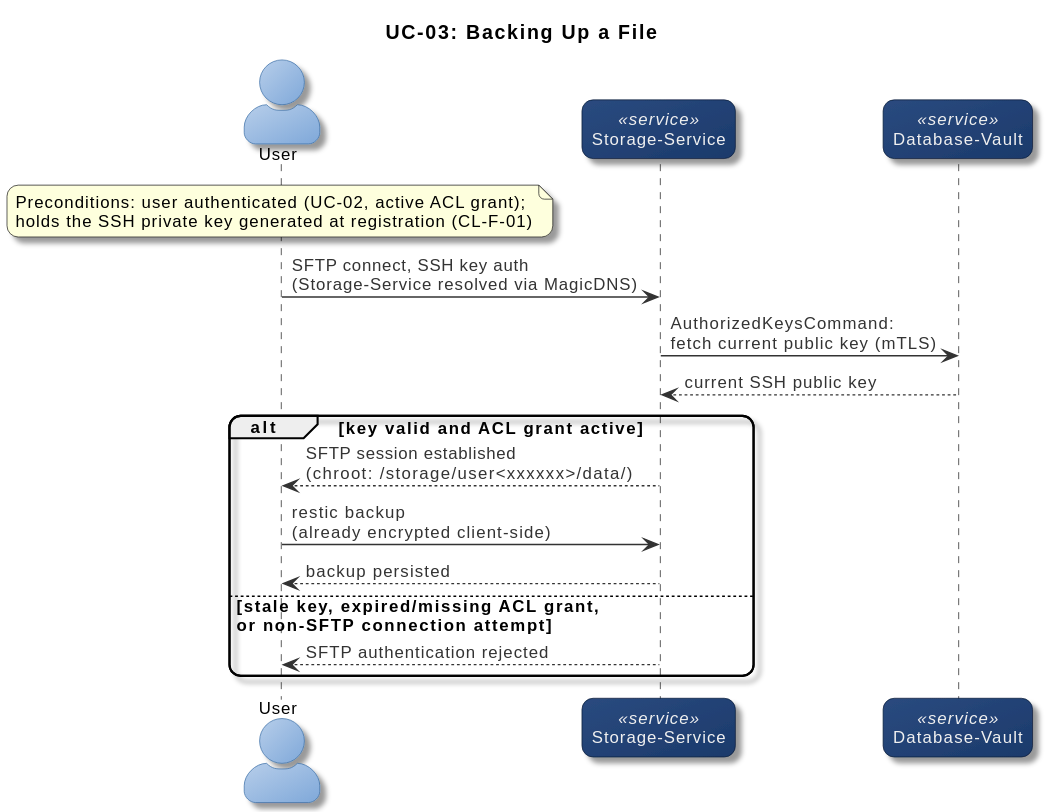
Before: docs/design/diagrams/rendered/use-cases/05-sequence-uc03-backup.svg, a diagram exported from PlantUML (Verryx-02/RAM-USB).
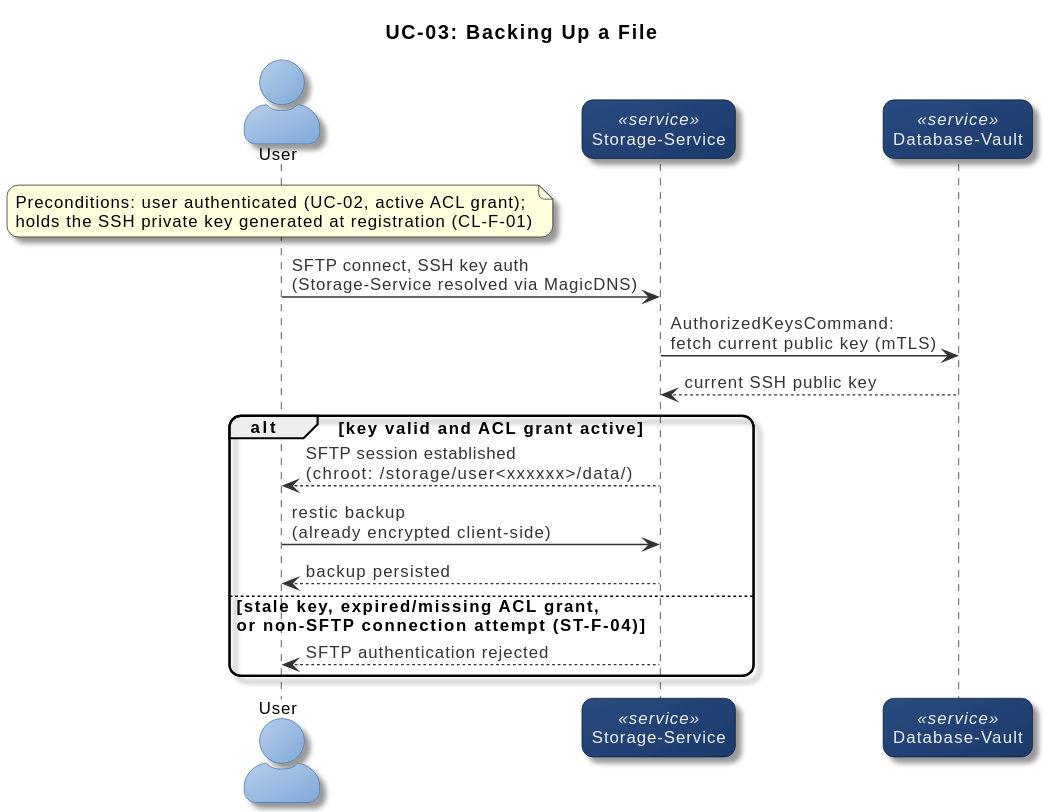
Later version of the same file.

Diff of the diagram source:
```diff
@@ -20,7 +20,7 @@
   ST --> User : SFTP session established\n(chroot: /storage/user<xxxxxx>/data/)
   User -> ST : restic backup\n(already encrypted client-side)
   ST --> User : backup persisted
-else stale key, expired/missing ACL grant,\nor non-SFTP connection attempt
+else stale key, expired/missing ACL grant,\nor non-SFTP connection attempt (ST-F-04)
   ST --> User : SFTP authentication rejected
 end
 @enduml
```
